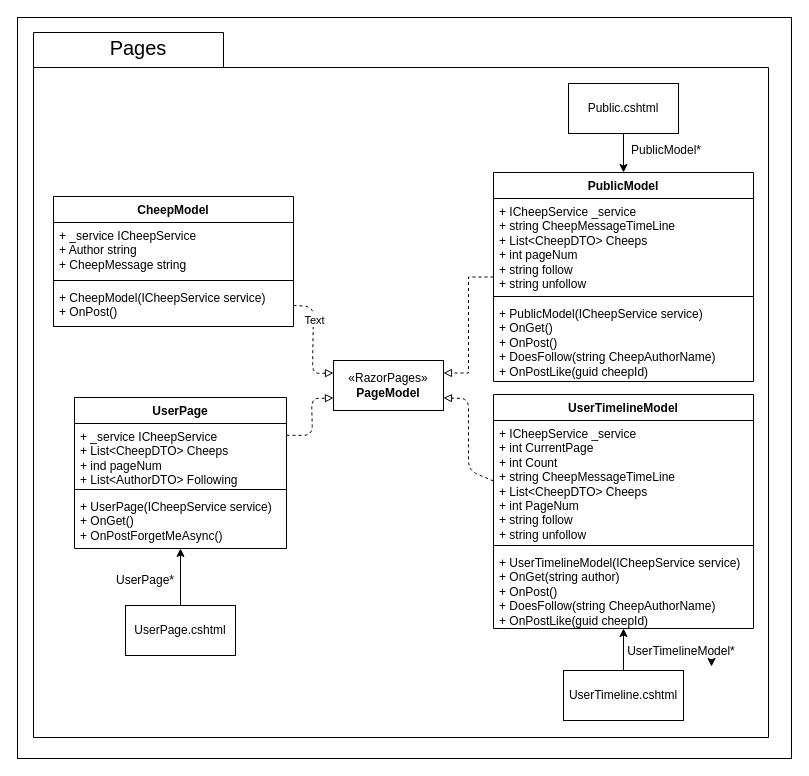
Above: Docs/Images/PackagesUMLClassDiagrams/PackagePagesUMLDiagram.drawio in ITU-BDSA23-GROUP4/Chirp (draw.io), before the change. Source tidied: cells renumbered, new cells numbered last; positions are measured from the earlier drawing's top-left corner, leaving out a move shared by most shapes. Both pictures are drawn from the tidied source at 100%, with x=0, y=0 at pixel (17, 17).
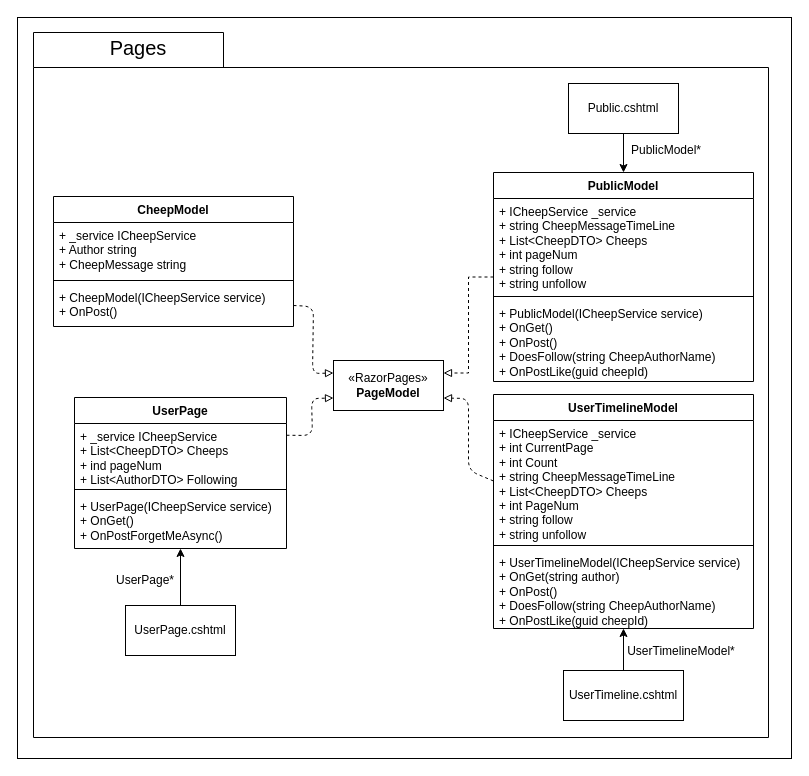
The same page after the edit.

Commit message (it also covers changes not shown here):
Corrected small errors

The change refers to these unchanged cells:
```xml
<mxCell id="31" value="&lt;font color=&quot;#000000&quot;&gt;UserTimelineModel*&lt;/font&gt;" style="text;html=1;strokeColor=none;fillColor=none;align=center;verticalAlign=middle;whiteSpace=wrap;rounded=0;" parent="1" vertex="1">
  <mxGeometry x="634" y="619" width="60" height="30" as="geometry" />
</mxCell>
<mxCell id="33" style="edgeStyle=none;html=1;exitX=1;exitY=0.5;exitDx=0;exitDy=0;entryX=0;entryY=0.25;entryDx=0;entryDy=0;strokeColor=#000000;endArrow=block;endFill=0;dashed=1;" parent="1" edge="1" source="14" target="24">
  <mxGeometry relative="1" as="geometry">
    <Array as="points">
      <mxPoint x="296" y="289" />
      <mxPoint x="295" y="356" />
    </Array>
  </mxGeometry>
</mxCell>
```

Change to the diagram source:
```diff
@@
-    <mxCell id="34" value="Text" style="edgeLabel;html=1;align=center;verticalAlign=middle;" parent="33" vertex="1">
-      <mxGeometry x="-0.37" y="1" relative="1" as="geometry" />
-    </mxCell>
@@
-    <mxCell id="36" style="edgeStyle=none;html=1;exitX=1;exitY=0.75;exitDx=0;exitDy=0;entryX=1;entryY=1;entryDx=0;entryDy=0;" parent="1" edge="1" source="31" target="31">
-      <mxGeometry relative="1" as="geometry" />
-    </mxCell>
```
